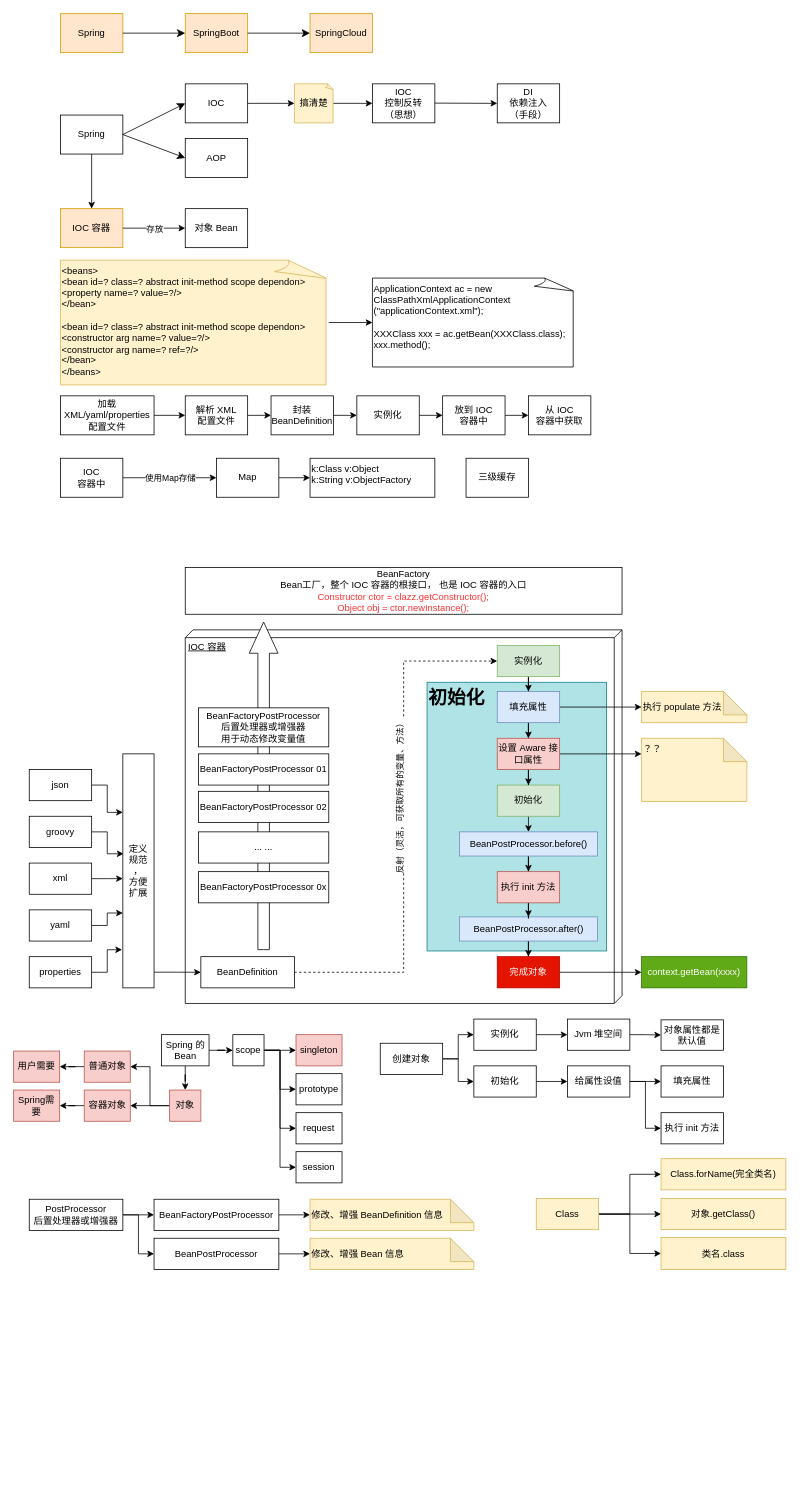
Above: read_code/Spring-001.drawio in zhaolisong/UMLs (draw.io), before the change. Source tidied: cells renumbered, new cells numbered last; positions are measured from the earlier drawing's top-left corner, leaving out a move shared by most shapes. Both pictures are drawn from the tidied source at 78%, with x=0, y=0 at pixel (13, 13).
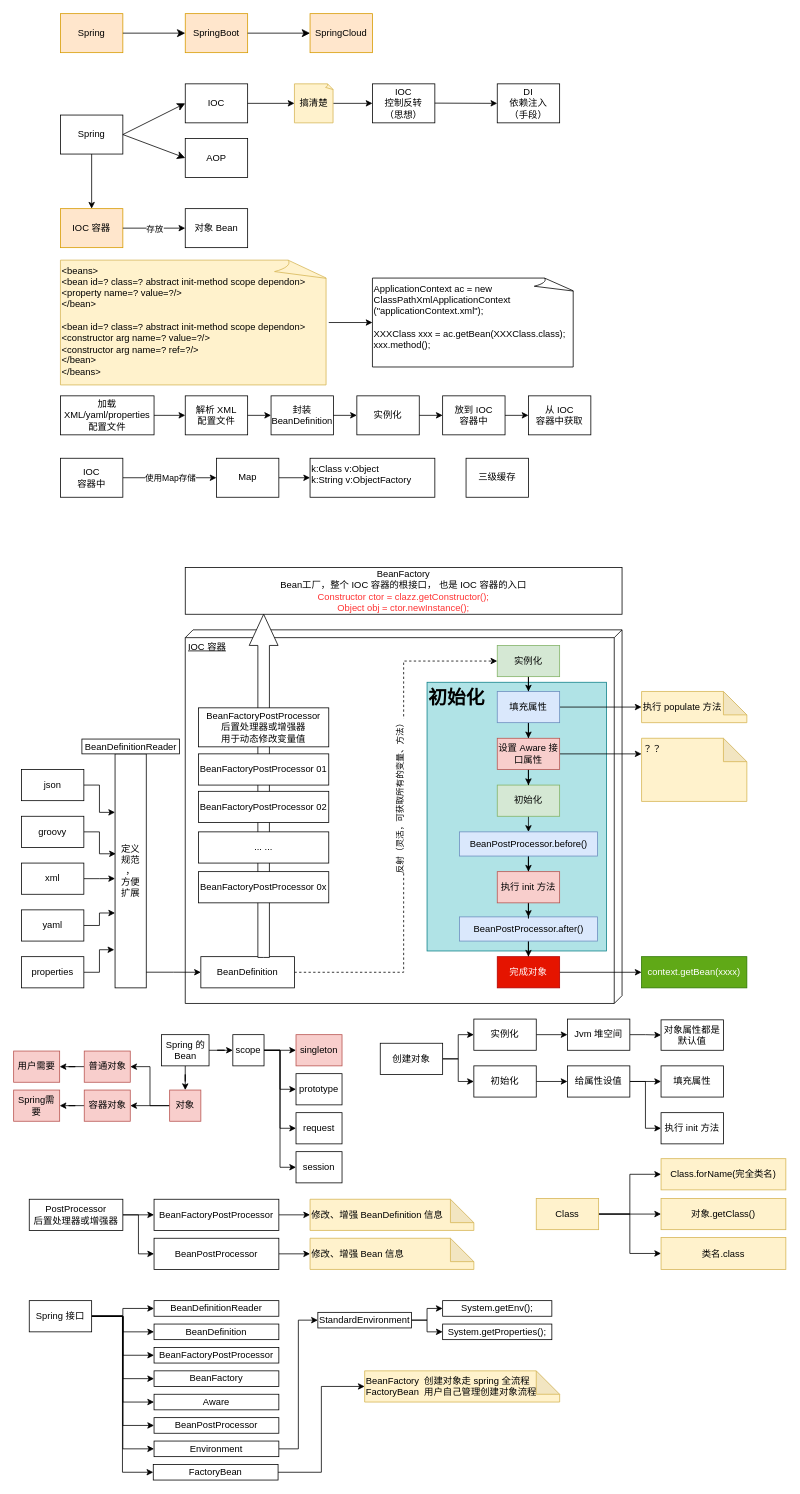
The same diagram, later.

The edit, as a diff of the source:
```diff
@@
     <mxCell id="47" value="groovy" style="rounded=0;whiteSpace=wrap;html=1;" parent="1" vertex="1">
-      <mxGeometry x="20" y="1029" width="80" height="40" as="geometry" />
+      <mxGeometry x="10" y="1029" width="80" height="40" as="geometry" />
     </mxCell>
@@
     <mxCell id="49" value="xml" style="rounded=0;whiteSpace=wrap;html=1;" parent="1" vertex="1">
-      <mxGeometry x="20" y="1089" width="80" height="40" as="geometry" />
+      <mxGeometry x="10" y="1089" width="80" height="40" as="geometry" />
     </mxCell>
@@
     <mxCell id="51" value="yaml" style="rounded=0;whiteSpace=wrap;html=1;" parent="1" vertex="1">
-      <mxGeometry x="20" y="1149" width="80" height="40" as="geometry" />
+      <mxGeometry x="10" y="1149" width="80" height="40" as="geometry" />
     </mxCell>
@@
     <mxCell id="53" value="properties" style="rounded=0;whiteSpace=wrap;html=1;" parent="1" vertex="1">
-      <mxGeometry x="20" y="1209" width="80" height="40" as="geometry" />
+      <mxGeometry x="10" y="1209" width="80" height="40" as="geometry" />
     </mxCell>
@@
     <mxCell id="55" value="json" style="rounded=0;whiteSpace=wrap;html=1;" parent="1" vertex="1">
-      <mxGeometry x="20" y="969" width="80" height="40" as="geometry" />
+      <mxGeometry x="10" y="969" width="80" height="40" as="geometry" />
     </mxCell>
@@
     <mxCell id="57" value="定义&lt;br&gt;规范&lt;br&gt;，&lt;br&gt;方便&lt;br&gt;扩展" style="rounded=0;whiteSpace=wrap;html=1;" parent="1" vertex="1">
-      <mxGeometry x="140" y="949" width="40" height="300" as="geometry" />
+      <mxGeometry x="130" y="949" width="40" height="300" as="geometry" />
     </mxCell>
@@
     <mxCell id="83" style="html=1;shadow=0;dashed=0;align=center;verticalAlign=middle;shape=mxgraph.arrows2.arrow;dy=0.6;dx=40;direction=north;notch=0;fontColor=#FF3333;" parent="1" vertex="1">
-      <mxGeometry x="302" y="780" width="37" height="420" as="geometry" />
+      <mxGeometry x="302" y="770" width="37" height="440" as="geometry" />
     </mxCell>
@@
+    <mxCell id="141" value="BeanDefinitionReader" style="rounded=0;whiteSpace=wrap;html=1;" parent="1" vertex="1">
+      <mxGeometry x="87.5" y="930" width="125" height="19" as="geometry" />
+    </mxCell>
+    <mxCell id="142" style="edgeStyle=orthogonalEdgeStyle;rounded=0;jettySize=auto;html=1;entryX=0;entryY=0.5;entryDx=0;entryDy=0;" parent="1" edge="1" source="150" target="151">
+      <mxGeometry relative="1" as="geometry" />
+    </mxCell>
+    <mxCell id="143" style="edgeStyle=orthogonalEdgeStyle;rounded=0;jettySize=auto;html=1;entryX=0;entryY=0.5;entryDx=0;entryDy=0;" parent="1" edge="1" source="150" target="152">
+      <mxGeometry relative="1" as="geometry" />
+    </mxCell>
+    <mxCell id="144" style="edgeStyle=orthogonalEdgeStyle;rounded=0;jettySize=auto;html=1;entryX=0;entryY=0.5;entryDx=0;entryDy=0;" parent="1" edge="1" source="150" target="153">
+      <mxGeometry relative="1" as="geometry" />
+    </mxCell>
+    <mxCell id="145" style="edgeStyle=orthogonalEdgeStyle;rounded=0;jettySize=auto;html=1;entryX=0;entryY=0.5;entryDx=0;entryDy=0;" parent="1" edge="1" source="150" target="154">
+      <mxGeometry relative="1" as="geometry" />
+    </mxCell>
+    <mxCell id="146" style="edgeStyle=orthogonalEdgeStyle;rounded=0;jettySize=auto;html=1;entryX=0;entryY=0.5;entryDx=0;entryDy=0;" parent="1" edge="1" source="150" target="160">
+      <mxGeometry relative="1" as="geometry" />
+    </mxCell>
+    <mxCell id="147" style="edgeStyle=orthogonalEdgeStyle;rounded=0;jettySize=auto;html=1;entryX=0;entryY=0.5;entryDx=0;entryDy=0;" parent="1" edge="1" source="150" target="158">
+      <mxGeometry relative="1" as="geometry" />
+    </mxCell>
+    <mxCell id="148" style="edgeStyle=orthogonalEdgeStyle;rounded=0;jettySize=auto;html=1;entryX=0;entryY=0.5;entryDx=0;entryDy=0;" parent="1" edge="1" source="150" target="155">
+      <mxGeometry relative="1" as="geometry" />
+    </mxCell>
+    <mxCell id="149" style="edgeStyle=orthogonalEdgeStyle;rounded=0;jettySize=auto;html=1;entryX=0;entryY=0.5;entryDx=0;entryDy=0;" parent="1" edge="1" source="150" target="156">
+      <mxGeometry relative="1" as="geometry" />
+    </mxCell>
+    <mxCell id="150" value="Spring 接口" style="rounded=0;whiteSpace=wrap;html=1;" parent="1" vertex="1">
+      <mxGeometry x="20" y="1650" width="80" height="40" as="geometry" />
+    </mxCell>
+    <mxCell id="151" value="BeanDefinitionReader" style="rounded=0;whiteSpace=wrap;html=1;" parent="1" vertex="1">
+      <mxGeometry x="180" y="1650" width="160" height="20" as="geometry" />
+    </mxCell>
+    <mxCell id="152" value="BeanDefinition" style="rounded=0;whiteSpace=wrap;html=1;" parent="1" vertex="1">
+      <mxGeometry x="180" y="1680" width="160" height="20" as="geometry" />
+    </mxCell>
+    <mxCell id="153" value="BeanFactoryPostProcessor" style="rounded=0;whiteSpace=wrap;html=1;" parent="1" vertex="1">
+      <mxGeometry x="180" y="1710" width="160" height="20" as="geometry" />
+    </mxCell>
+    <mxCell id="154" value="BeanFactory" style="rounded=0;whiteSpace=wrap;html=1;" parent="1" vertex="1">
+      <mxGeometry x="180" y="1740" width="160" height="20" as="geometry" />
+    </mxCell>
+    <mxCell id="155" value="BeanPostProcessor" style="rounded=0;whiteSpace=wrap;html=1;" parent="1" vertex="1">
+      <mxGeometry x="180" y="1800" width="160" height="20" as="geometry" />
+    </mxCell>
+    <mxCell id="156" value="Aware" style="rounded=0;whiteSpace=wrap;html=1;" parent="1" vertex="1">
+      <mxGeometry x="180" y="1770" width="160" height="20" as="geometry" />
+    </mxCell>
+    <mxCell id="157" style="edgeStyle=orthogonalEdgeStyle;rounded=0;jettySize=auto;html=1;entryX=0;entryY=0.5;entryDx=0;entryDy=0;" parent="1" edge="1" source="158" target="163">
+      <mxGeometry relative="1" as="geometry" />
+    </mxCell>
+    <mxCell id="158" value="Environment" style="rounded=0;whiteSpace=wrap;html=1;" parent="1" vertex="1">
+      <mxGeometry x="180" y="1830" width="160" height="20" as="geometry" />
+    </mxCell>
+    <mxCell id="159" style="edgeStyle=orthogonalEdgeStyle;rounded=0;jettySize=auto;html=1;entryX=0;entryY=0.5;entryDx=0;entryDy=0;entryPerimeter=0;" parent="1" edge="1" source="160" target="166">
+      <mxGeometry relative="1" as="geometry" />
+    </mxCell>
+    <mxCell id="160" value="FactoryBean" style="rounded=0;whiteSpace=wrap;html=1;" parent="1" vertex="1">
+      <mxGeometry x="179" y="1860" width="160" height="20" as="geometry" />
+    </mxCell>
+    <mxCell id="161" style="edgeStyle=orthogonalEdgeStyle;rounded=0;jettySize=auto;html=1;entryX=0;entryY=0.5;entryDx=0;entryDy=0;" parent="1" edge="1" source="163" target="165">
+      <mxGeometry relative="1" as="geometry" />
+    </mxCell>
+    <mxCell id="162" style="edgeStyle=orthogonalEdgeStyle;rounded=0;jettySize=auto;html=1;entryX=0;entryY=0.5;entryDx=0;entryDy=0;" parent="1" edge="1" source="163" target="164">
+      <mxGeometry relative="1" as="geometry" />
+    </mxCell>
+    <mxCell id="163" value="StandardEnvironment" style="rounded=0;whiteSpace=wrap;html=1;" parent="1" vertex="1">
+      <mxGeometry x="390" y="1665" width="120" height="20" as="geometry" />
+    </mxCell>
+    <mxCell id="164" value="System.getEnv();" style="rounded=0;whiteSpace=wrap;html=1;" parent="1" vertex="1">
+      <mxGeometry x="550" y="1650" width="140" height="20" as="geometry" />
+    </mxCell>
+    <mxCell id="165" value="System.getProperties();" style="rounded=0;whiteSpace=wrap;html=1;" parent="1" vertex="1">
+      <mxGeometry x="550" y="1680" width="140" height="20" as="geometry" />
+    </mxCell>
+    <mxCell id="166" value="BeanFactory&amp;nbsp; 创建对象走 spring 全流程&lt;br&gt;FactoryBean&amp;nbsp; 用户自己管理创建对象流程" style="shape=note;whiteSpace=wrap;html=1;backgroundOutline=1;darkOpacity=0.05;fillColor=#fff2cc;strokeColor=#d6b656;align=left;" parent="1" vertex="1">
+      <mxGeometry x="450" y="1740" width="250" height="40" as="geometry" />
+    </mxCell>
```
